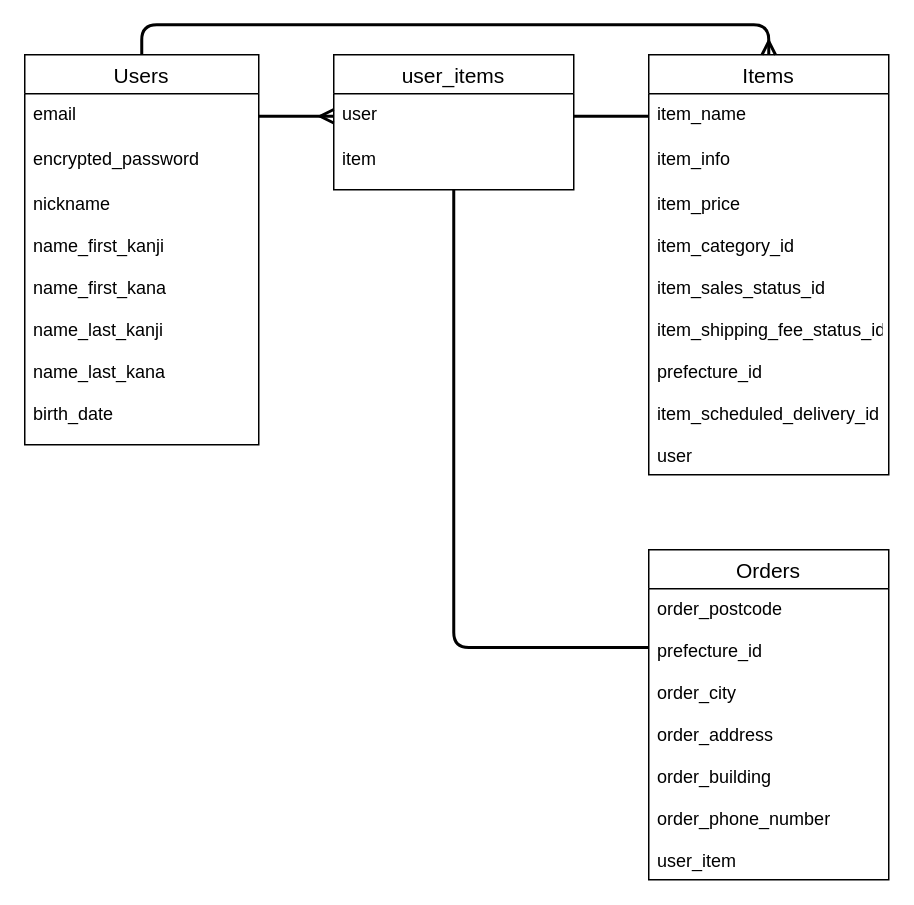
The draw.io diagram page "ページ1" (1 of 2) of furima.dio in Rui-Tanizaki/furima-40276, before the edit. Source tidied: cells renumbered, new cells numbered last; positions are measured from the earlier drawing's top-left corner, leaving out a move shared by most shapes. Both pictures are drawn from the tidied source at 150%, with x=0, y=0 at pixel (24, 24).
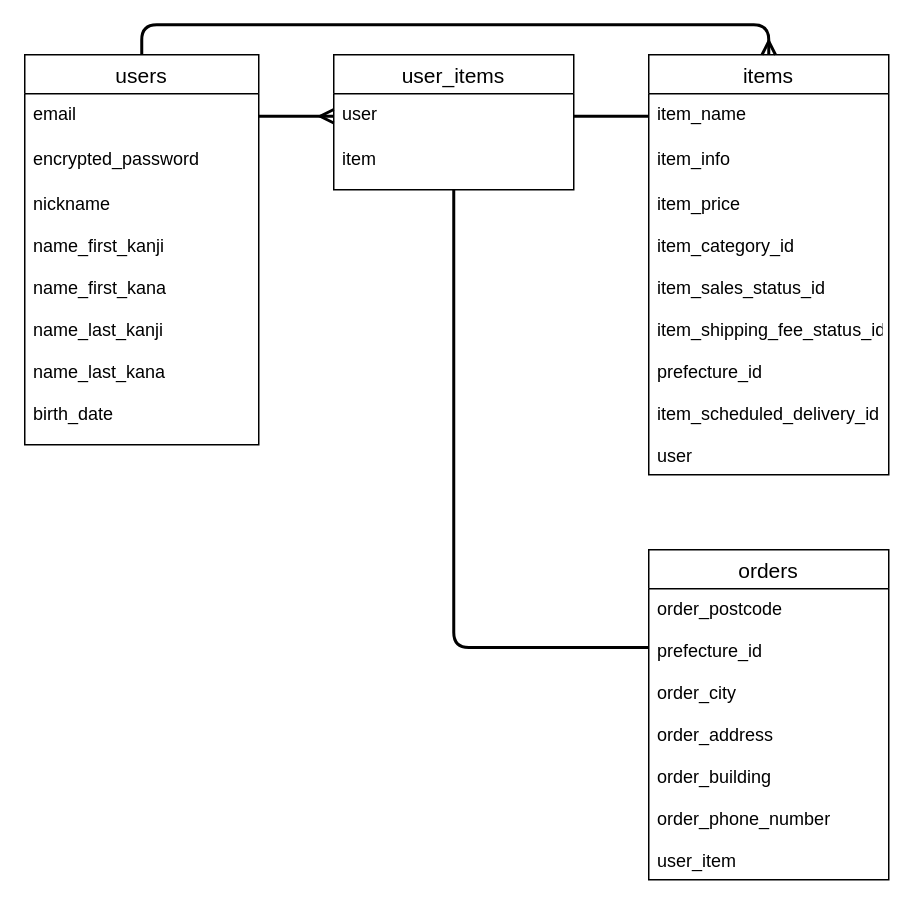
The same diagram, later.

Commit message (it also covers changes not shown here):
ER図・マークダウンの再々々々々訂正

The edit, as a diff of the source:
```diff
@@
-    <mxCell id="2" value="Items" style="swimlane;fontStyle=0;horizontal=1;startSize=26;align=center;fontSize=14;strokeColor=default;" parent="1" vertex="1">
+    <mxCell id="2" value="items" style="swimlane;fontStyle=0;horizontal=1;startSize=26;align=center;fontSize=14;strokeColor=default;" parent="1" vertex="1">
       <mxGeometry x="416" y="20" width="160" height="280" as="geometry" />
     </mxCell>
@@
-    <mxCell id="7" value="Users" style="swimlane;fontStyle=0;horizontal=1;startSize=26;align=center;fontSize=14;strokeColor=default;" parent="1" vertex="1">
+    <mxCell id="7" value="users" style="swimlane;fontStyle=0;horizontal=1;startSize=26;align=center;fontSize=14;strokeColor=default;" parent="1" vertex="1">
       <mxGeometry y="20" width="156" height="260" as="geometry" />
     </mxCell>
@@
-    <mxCell id="12" value="Orders" style="swimlane;fontStyle=0;horizontal=1;startSize=26;align=center;fontSize=14;" parent="1" vertex="1">
+    <mxCell id="12" value="orders" style="swimlane;fontStyle=0;horizontal=1;startSize=26;align=center;fontSize=14;" parent="1" vertex="1">
       <mxGeometry x="416" y="350" width="160" height="220" as="geometry" />
     </mxCell>
```
